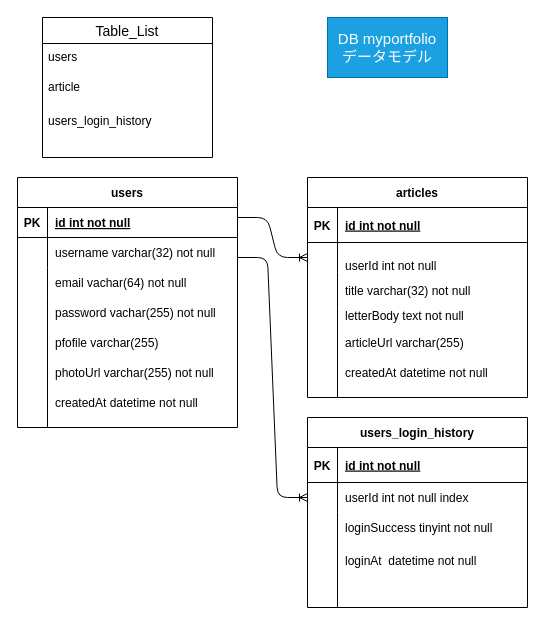
Above: db.dio in hirohana/technologypost-backend (draw.io), before the change. Source tidied: cells renumbered, new cells numbered last; positions are measured from the earlier drawing's top-left corner, leaving out a move shared by most shapes. Both pictures are drawn from the tidied source at 100%, with x=0, y=0 at pixel (17, 17).
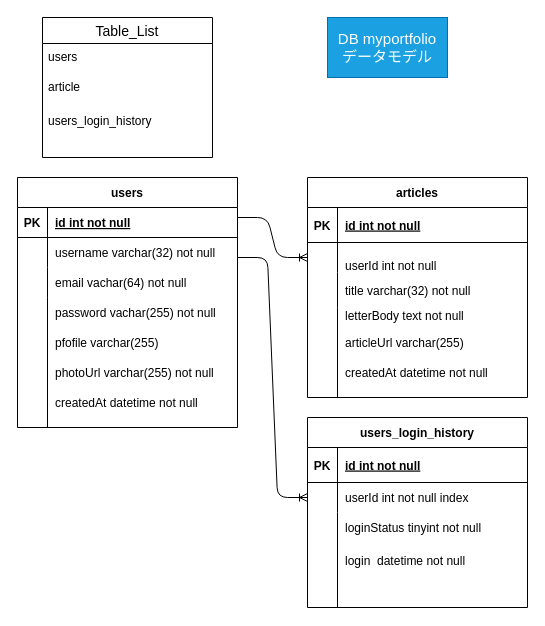
After the change.

The change refers to these unchanged cells:
```xml
<mxCell id="49" style="shape=partialRectangle;fillColor=none;top=0;left=0;bottom=0;right=0;" parent="42" vertex="1">
  <mxGeometry y="95" width="220" height="30" as="geometry" />
</mxCell>
<mxCell id="52" style="shape=partialRectangle;fillColor=none;top=0;left=0;bottom=0;right=0;" parent="42" vertex="1">
  <mxGeometry y="125" width="220" height="35" as="geometry" />
</mxCell>
```

The edit, as a diff of the source:
```diff
@@
-    <mxCell id="51" value="loginSuccess tinyint not null" style="shape=partialRectangle;fillColor=none;top=0;left=0;bottom=0;right=0;align=left;spacingLeft=6;overflow=hidden;" parent="49" vertex="1">
+    <mxCell id="51" value="loginStatus tinyint not null" style="shape=partialRectangle;fillColor=none;top=0;left=0;bottom=0;right=0;align=left;spacingLeft=6;overflow=hidden;" parent="49" vertex="1">
       <mxGeometry x="30" width="190" height="30" as="geometry" />
     </mxCell>
@@
-    <mxCell id="54" value="loginAt  datetime not null" style="shape=partialRectangle;fillColor=none;top=0;left=0;bottom=0;right=0;align=left;spacingLeft=6;overflow=hidden;" parent="52" vertex="1">
+    <mxCell id="54" value="login  datetime not null" style="shape=partialRectangle;fillColor=none;top=0;left=0;bottom=0;right=0;align=left;spacingLeft=6;overflow=hidden;" parent="52" vertex="1">
       <mxGeometry x="30" width="190" height="35" as="geometry" />
     </mxCell>
```
